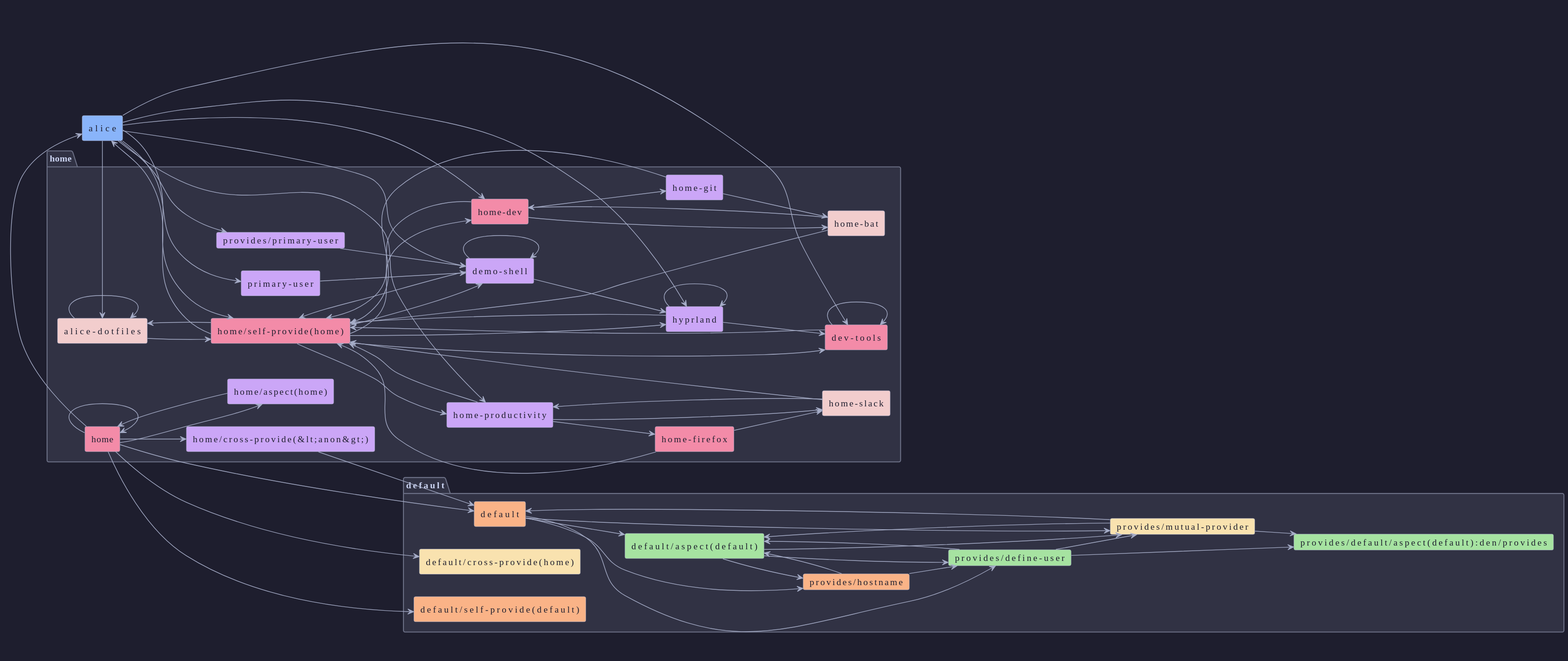
Earlier version of the PlantUML export templates/diag-fx-demo/diagrams/home-alice-dag.puml.svg (sini/den).
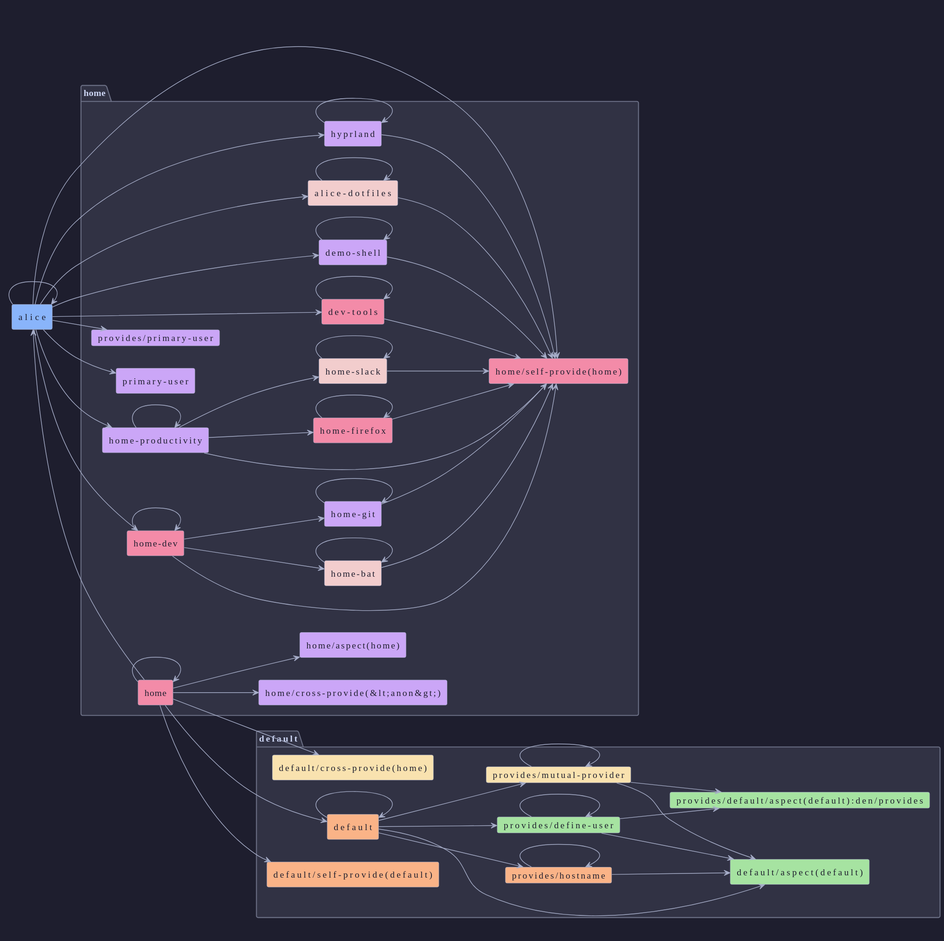
The same diagram one commit later.

What changed in the source:
```diff
@@ -51,6 +51,7 @@
   card "provides/mutual-provider" as den__provides__mutual_provider #f9e2af
 }
 
+alice --> alice
 alice --> alice_dotfiles
 alice --> demo_shell
 alice --> dev_tools
@@ -62,25 +63,21 @@
 alice --> den__provides__primary_user
 alice_dotfiles --> alice_dotfiles
 alice_dotfiles --> home__self_provide_home_
+n_default --> n_default
 n_default --> default__aspect_default_
 n_default --> den__provides__define_user
 n_default --> den__provides__hostname
 n_default --> den__provides__mutual_provider
-default__aspect_default_ --> den__provides__define_user
-default__aspect_default_ --> den__provides__hostname
-default__aspect_default_ --> den__provides__mutual_provider
 demo_shell --> demo_shell
 demo_shell --> home__self_provide_home_
-demo_shell --> hyprland
 den__provides__define_user --> default__aspect_default_
 den__provides__define_user --> den__provides__default__aspect_default__den__provides
-den__provides__define_user --> den__provides__mutual_provider
+den__provides__define_user --> den__provides__define_user
 den__provides__hostname --> default__aspect_default_
-den__provides__hostname --> den__provides__define_user
-den__provides__mutual_provider --> n_default
+den__provides__hostname --> den__provides__hostname
 den__provides__mutual_provider --> default__aspect_default_
 den__provides__mutual_provider --> den__provides__default__aspect_default__den__provides
-den__provides__primary_user --> demo_shell
+den__provides__mutual_provider --> den__provides__mutual_provider
 dev_tools --> dev_tools
 dev_tools --> home__self_provide_home_
 home --> alice
@@ -90,31 +87,22 @@
 home --> home
 home --> home__aspect_home_
 home --> home__cross_provide__anon__
-home_bat --> home_dev
+home_bat --> home_bat
 home_bat --> home__self_provide_home_
 home_dev --> home_bat
+home_dev --> home_dev
 home_dev --> home_git
 home_dev --> home__self_provide_home_
-home_firefox --> home_slack
+home_firefox --> home_firefox
 home_firefox --> home__self_provide_home_
-home_git --> home_bat
+home_git --> home_git
 home_git --> home__self_provide_home_
 home_productivity --> home_firefox
+home_productivity --> home_productivity
 home_productivity --> home_slack
 home_productivity --> home__self_provide_home_
-home_slack --> home_productivity
+home_slack --> home_slack
 home_slack --> home__self_provide_home_
-home__aspect_home_ --> home
-home__cross_provide__anon__ --> n_default
-home__self_provide_home_ --> alice
-home__self_provide_home_ --> alice_dotfiles
-home__self_provide_home_ --> demo_shell
-home__self_provide_home_ --> dev_tools
-home__self_provide_home_ --> home_dev
-home__self_provide_home_ --> home_productivity
-home__self_provide_home_ --> hyprland
-hyprland --> dev_tools
 hyprland --> home__self_provide_home_
 hyprland --> hyprland
-primary_user --> demo_shell
 @enduml
```
